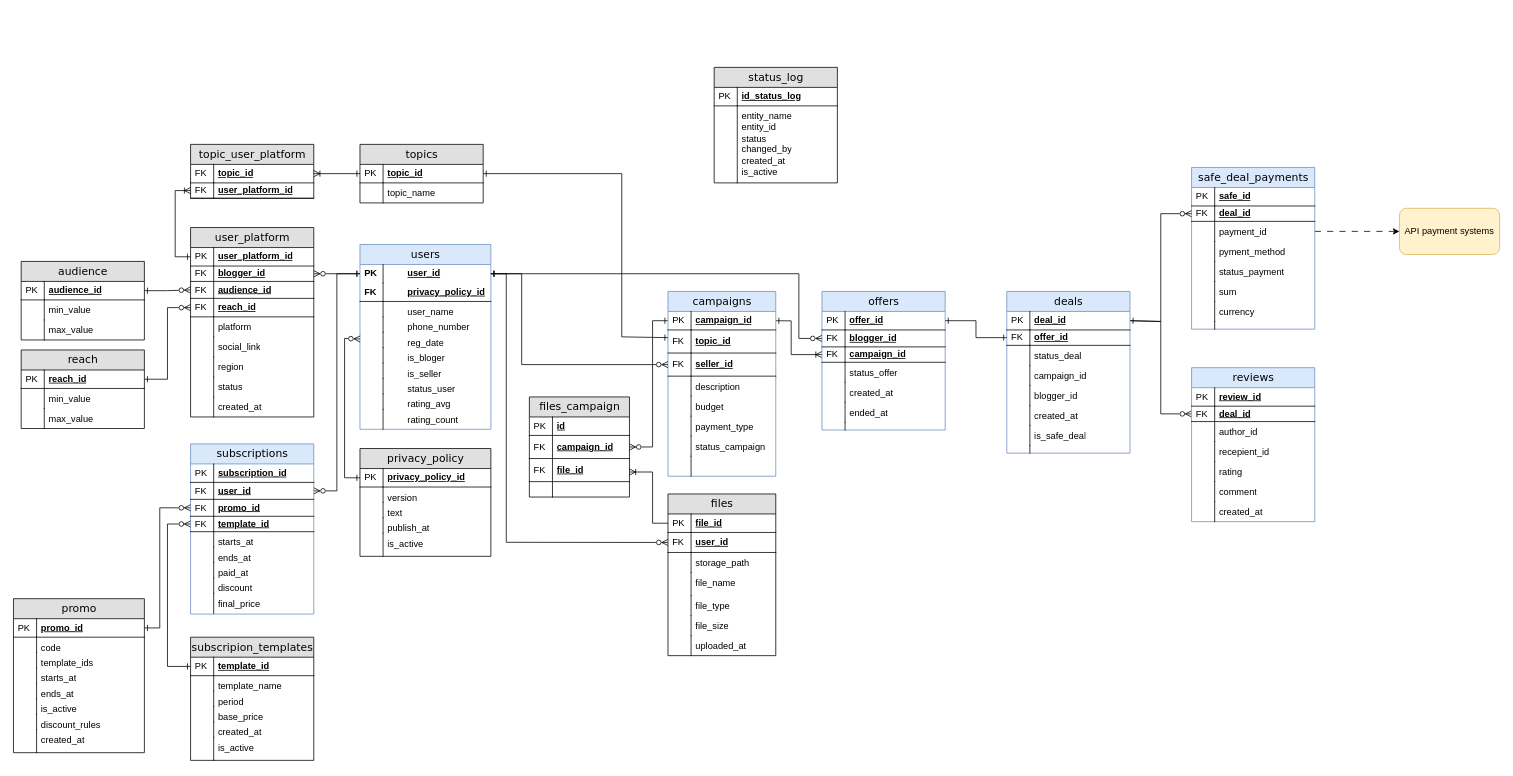
The draw.io diagram diagrams/erd.drawio.xml in NadezdaHope19/practice, before the edit. Source tidied: cells renumbered, new cells numbered last; positions are measured from the earlier drawing's top-left corner, leaving out a move shared by most shapes. Both pictures are drawn from the tidied source at 77%, with x=0, y=0 at pixel (13, 67).
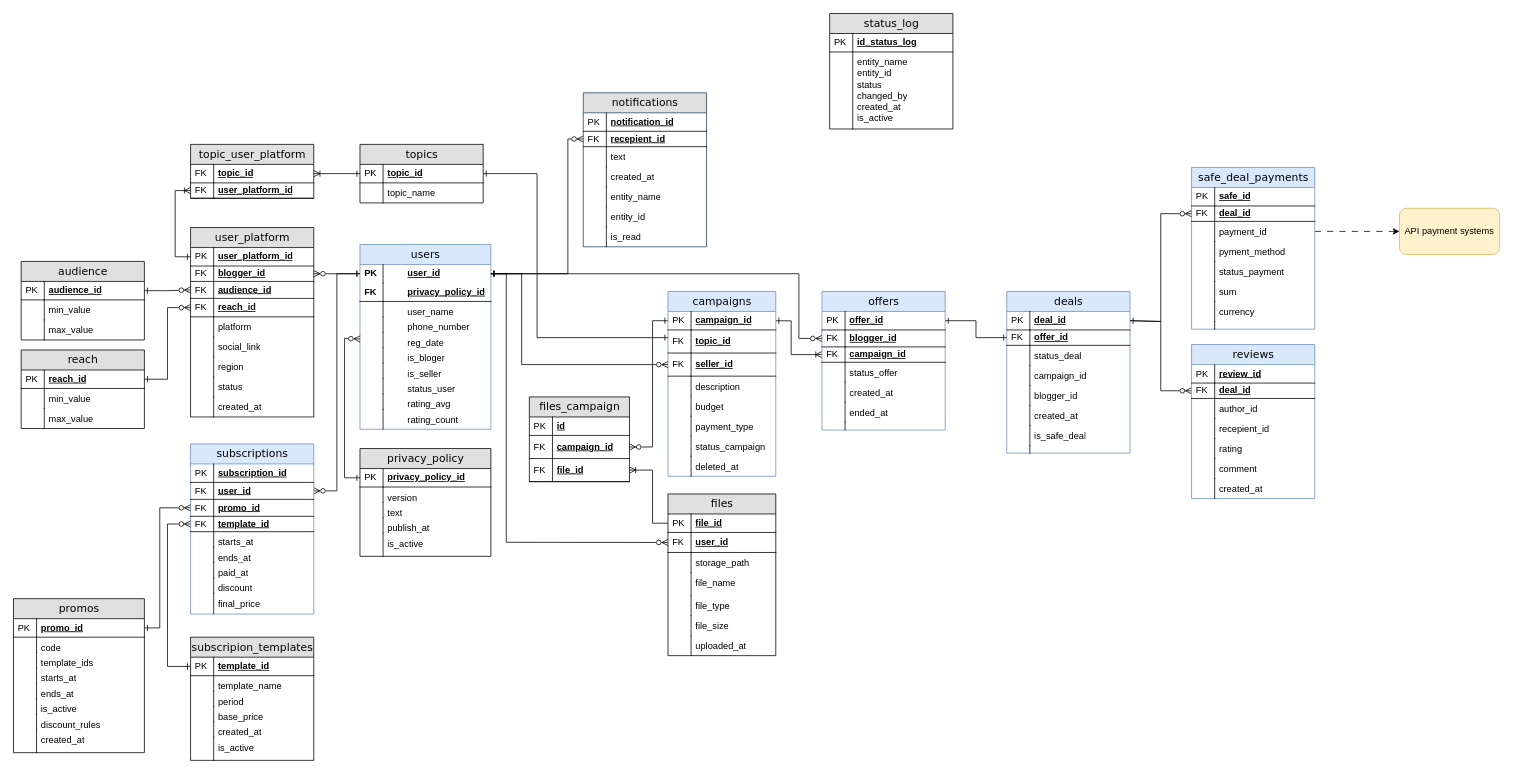
Above is the later version.

Unchanged cells that the change refers to:
```xml
<mxCell id="3" value="user_id" style="shape=partialRectangle;top=0;left=0;right=0;bottom=0;html=1;align=left;verticalAlign=middle;fillColor=none;spacingLeft=60;spacingRight=4;whiteSpace=wrap;overflow=hidden;points=[[0,0.5],[1,0.5]];portConstraint=eastwest;fontStyle=5;" parent="2" vertex="1">
  <mxGeometry y="26" width="170" height="24" as="geometry" />
</mxCell>
<mxCell id="25" value="campaigns" style="swimlane;html=1;fontStyle=0;horizontal=1;startSize=26;fillColor=#dae8fc;swimlaneFillColor=#ffffff;align=center;rounded=0;shadow=0;comic=0;labelBackgroundColor=none;strokeWidth=1;fontFamily=Verdana;fontSize=14;swimlaneLine=1;strokeColor=#6c8ebf;" parent="1" vertex="1">
  <mxGeometry x="850" y="291" width="140" height="240" as="geometry" />
</mxCell>
<mxCell id="97" value="topic_id" style="shape=partialRectangle;top=0;left=0;right=0;bottom=1;html=1;align=left;verticalAlign=middle;fillColor=none;spacingLeft=34;spacingRight=4;whiteSpace=wrap;overflow=hidden;points=[[0,0.5],[1,0.5]];portConstraint=eastwest;fontStyle=5;" parent="96" vertex="1">
  <mxGeometry y="26" width="160" height="24" as="geometry" />
</mxCell>
<mxCell id="160" value="&lt;div&gt;&lt;span style=&quot;background-color: transparent; color: light-dark(rgb(0, 0, 0), rgb(255, 255, 255));&quot;&gt;file_id&lt;/span&gt;&lt;/div&gt;" style="shape=partialRectangle;top=0;left=0;right=0;bottom=1;html=1;align=left;verticalAlign=middle;fillColor=none;spacingLeft=34;spacingRight=4;whiteSpace=wrap;overflow=hidden;points=[[0,0.5],[1,0.5]];portConstraint=eastwest;fontStyle=5;" parent="155" vertex="1">
  <mxGeometry y="80" width="130" height="30" as="geometry" />
</mxCell>
<mxCell id="186" value="file_id" style="shape=partialRectangle;top=0;left=0;right=0;bottom=1;html=1;align=left;verticalAlign=middle;fillColor=none;spacingLeft=34;spacingRight=4;whiteSpace=wrap;overflow=hidden;points=[[0,0.5],[1,0.5]];portConstraint=eastwest;fontStyle=5;" parent="185" vertex="1">
  <mxGeometry y="26" width="140" height="24" as="geometry" />
</mxCell>
<mxCell id="204" value="deal_id" style="shape=partialRectangle;top=0;left=0;right=0;bottom=1;html=1;align=left;verticalAlign=middle;fillColor=none;spacingLeft=34;spacingRight=4;whiteSpace=wrap;overflow=hidden;points=[[0,0.5],[1,0.5]];portConstraint=eastwest;fontStyle=5;" parent="203" vertex="1">
  <mxGeometry y="26" width="160" height="24" as="geometry" />
</mxCell>
<mxCell id="225" value="&lt;div&gt;&lt;span style=&quot;background-color: transparent; color: light-dark(rgb(0, 0, 0), rgb(255, 255, 255));&quot;&gt;deal_id&lt;/span&gt;&lt;/div&gt;" style="shape=partialRectangle;top=0;left=0;right=0;bottom=1;html=1;align=left;verticalAlign=middle;fillColor=none;spacingLeft=34;spacingRight=4;whiteSpace=wrap;overflow=hidden;points=[[0,0.5],[1,0.5]];portConstraint=eastwest;fontStyle=5;" parent="222" vertex="1">
  <mxGeometry y="50" width="160" height="20" as="geometry" />
</mxCell>
```

The edit, as a diff of the source:
```diff
@@
-    <mxCell id="40" style="shape=partialRectangle;top=0;left=0;right=0;bottom=0;html=1;align=left;verticalAlign=top;fillColor=none;spacingLeft=34;spacingRight=4;whiteSpace=wrap;overflow=hidden;" parent="25" vertex="1">
+    <mxCell id="40" value="deleted_at" style="shape=partialRectangle;top=0;left=0;right=0;bottom=0;html=1;align=left;verticalAlign=top;fillColor=none;spacingLeft=34;spacingRight=4;whiteSpace=wrap;overflow=hidden;" parent="25" vertex="1">
       <mxGeometry y="214" width="140" height="26" as="geometry" />
     </mxCell>
@@
     <mxCell id="150" value="status_log" style="swimlane;html=1;fontStyle=0;horizontal=1;startSize=26;fillColor=#e0e0e0;swimlaneFillColor=#ffffff;align=center;rounded=0;shadow=0;comic=0;labelBackgroundColor=none;strokeWidth=1;fontFamily=Verdana;fontSize=14;swimlaneLine=1;" parent="1" vertex="1">
-      <mxGeometry x="910" width="160" height="150" as="geometry" />
+      <mxGeometry x="1060" y="-70" width="160" height="150" as="geometry" />
     </mxCell>
@@
     <mxCell id="155" value="files_campaign" style="swimlane;html=1;fontStyle=0;horizontal=1;startSize=26;fillColor=#e0e0e0;swimlaneFillColor=#ffffff;align=center;rounded=0;shadow=0;comic=0;labelBackgroundColor=none;strokeWidth=1;fontFamily=Verdana;fontSize=14;swimlaneLine=1;" parent="1" vertex="1">
-      <mxGeometry x="670" y="428" width="130" height="130" as="geometry" />
+      <mxGeometry x="670" y="428" width="130" height="110" as="geometry" />
     </mxCell>
@@
-    <mxCell id="162" style="shape=partialRectangle;top=0;left=0;right=0;bottom=0;html=1;align=left;verticalAlign=top;fillColor=none;spacingLeft=34;spacingRight=4;whiteSpace=wrap;overflow=hidden;" parent="155" vertex="1">
-      <mxGeometry y="110" width="130" height="20" as="geometry" />
-    </mxCell>
-    <mxCell id="163" style="shape=partialRectangle;top=0;left=0;bottom=0;html=1;fillColor=none;align=left;verticalAlign=top;spacingLeft=4;spacingRight=4;whiteSpace=wrap;overflow=hidden;" parent="162" vertex="1">
-      <mxGeometry width="30" height="20" as="geometry" />
-    </mxCell>
-    <mxCell id="164" style="edgeStyle=none;rounded=0;jettySize=auto;html=1;endArrow=ERoneToMany;endFill=0;entryX=1;entryY=0.75;entryDx=0;entryDy=0;exitX=0;exitY=0.5;exitDx=0;exitDy=0;" parent="1" edge="1" source="186" target="155">
+    <mxCell id="164" style="edgeStyle=none;rounded=0;jettySize=auto;html=1;endArrow=ERoneToMany;endFill=0;entryX=1;entryY=0.5;entryDx=0;entryDy=0;exitX=0;exitY=0.5;exitDx=0;exitDy=0;" parent="1" edge="1" source="186" target="160">
       <mxGeometry relative="1" as="geometry">
         <Array as="points">
           <mxPoint x="830" y="592" />
-          <mxPoint x="830" y="525.5" />
+          <mxPoint x="830" y="523" />
         </Array>
       </mxGeometry>
     </mxCell>
@@
     <mxCell id="168" style="edgeStyle=none;rounded=0;jettySize=auto;html=1;exitX=0;exitY=0.25;exitDx=0;exitDy=0;entryX=1;entryY=0.5;entryDx=0;entryDy=0;endArrow=ERone;endFill=0;startArrow=ERone;startFill=0;" parent="1" edge="1" source="25" target="97">
       <mxGeometry relative="1" as="geometry">
         <Array as="points">
-          <mxPoint x="790" y="350" />
-          <mxPoint x="790" y="138" />
+          <mxPoint x="680" y="351" />
+          <mxPoint x="680" y="138" />
         </Array>
       </mxGeometry>
     </mxCell>
@@
     <mxCell id="202" style="edgeStyle=none;rounded=0;jettySize=auto;html=1;entryX=0;entryY=0.5;entryDx=0;entryDy=0;endArrow=ERzeroToMany;endFill=0;exitX=1;exitY=0.5;exitDx=0;exitDy=0;" parent="1" edge="1" source="204" target="225">
       <mxGeometry relative="1" as="geometry">
         <Array as="points">
           <mxPoint x="1490" y="330" />
-          <mxPoint x="1490" y="450" />
+          <mxPoint x="1490" y="420" />
         </Array>
       </mxGeometry>
     </mxCell>
@@
     <mxCell id="222" value="reviews" style="swimlane;html=1;fontStyle=0;horizontal=1;startSize=26;fillColor=#dae8fc;swimlaneFillColor=#ffffff;align=center;rounded=0;shadow=0;comic=0;labelBackgroundColor=none;strokeWidth=1;fontFamily=Verdana;fontSize=14;strokeColor=#6c8ebf;" parent="1" vertex="1">
-      <mxGeometry x="1530" y="390" width="160" height="200" as="geometry" />
+      <mxGeometry x="1530" y="360" width="160" height="200" as="geometry" />
     </mxCell>
@@
-    <mxCell id="239" value="promo" style="swimlane;html=1;fontStyle=0;horizontal=1;startSize=26;fillColor=#e0e0e0;swimlaneFillColor=#ffffff;align=center;rounded=0;shadow=0;comic=0;labelBackgroundColor=none;strokeWidth=1;fontFamily=Verdana;fontSize=14;swimlaneLine=1;" parent="1" vertex="1">
+    <mxCell id="239" value="promos" style="swimlane;html=1;fontStyle=0;horizontal=1;startSize=26;fillColor=#e0e0e0;swimlaneFillColor=#ffffff;align=center;rounded=0;shadow=0;comic=0;labelBackgroundColor=none;strokeWidth=1;fontFamily=Verdana;fontSize=14;swimlaneLine=1;" parent="1" vertex="1">
       <mxGeometry y="690" width="170" height="200" as="geometry" />
     </mxCell>
@@
+    <mxCell id="257" value="notifications" style="swimlane;html=1;fontStyle=0;horizontal=1;startSize=26;swimlaneFillColor=#ffffff;align=center;rounded=0;shadow=0;comic=0;labelBackgroundColor=none;strokeWidth=1;fontFamily=Verdana;fontSize=14;fillColor=light-dark(#e0e0e0, #39454e);strokeColor=#23445d;" parent="1" vertex="1">
+      <mxGeometry x="740" y="33" width="160" height="200" as="geometry" />
+    </mxCell>
+    <mxCell id="258" value="notification_id" style="shape=partialRectangle;top=0;left=0;right=0;bottom=1;html=1;align=left;verticalAlign=middle;fillColor=none;spacingLeft=34;spacingRight=4;whiteSpace=wrap;overflow=hidden;fontStyle=5;" parent="257" vertex="1">
+      <mxGeometry y="26" width="160" height="24" as="geometry" />
+    </mxCell>
+    <mxCell id="259" value="PK" style="shape=partialRectangle;top=0;left=0;bottom=0;html=1;fillColor=none;align=left;verticalAlign=middle;spacingLeft=4;spacingRight=4;whiteSpace=wrap;overflow=hidden;" parent="258" vertex="1">
+      <mxGeometry width="30" height="24" as="geometry" />
+    </mxCell>
+    <mxCell id="260" value="&lt;div&gt;&lt;span style=&quot;background-color: transparent; color: light-dark(rgb(0, 0, 0), rgb(255, 255, 255));&quot;&gt;recepient_id&lt;/span&gt;&lt;/div&gt;" style="shape=partialRectangle;top=0;left=0;right=0;bottom=1;html=1;align=left;verticalAlign=middle;fillColor=none;spacingLeft=34;spacingRight=4;whiteSpace=wrap;overflow=hidden;points=[[0,0.5],[1,0.5]];portConstraint=eastwest;fontStyle=5;" parent="257" vertex="1">
+      <mxGeometry y="50" width="160" height="20" as="geometry" />
+    </mxCell>
+    <mxCell id="261" value="&lt;div&gt;&lt;span style=&quot;background-color: transparent; color: light-dark(rgb(0, 0, 0), rgb(255, 255, 255));&quot;&gt;FK&lt;/span&gt;&lt;/div&gt;" style="shape=partialRectangle;top=0;left=0;bottom=0;html=1;fillColor=none;align=left;verticalAlign=middle;spacingLeft=4;spacingRight=4;whiteSpace=wrap;overflow=hidden;" parent="260" vertex="1">
+      <mxGeometry width="30" height="20" as="geometry" />
+    </mxCell>
+    <mxCell id="262" value="text" style="shape=partialRectangle;top=0;left=0;right=0;bottom=0;html=1;align=left;verticalAlign=top;fillColor=none;spacingLeft=34;spacingRight=4;whiteSpace=wrap;overflow=hidden;" parent="257" vertex="1">
+      <mxGeometry y="70" width="160" height="26" as="geometry" />
+    </mxCell>
+    <mxCell id="263" style="shape=partialRectangle;top=0;left=0;bottom=0;html=1;fillColor=none;align=left;verticalAlign=top;spacingLeft=4;spacingRight=4;whiteSpace=wrap;overflow=hidden;" parent="262" vertex="1">
+      <mxGeometry width="30" height="26" as="geometry" />
+    </mxCell>
+    <mxCell id="264" value="created_at" style="shape=partialRectangle;top=0;left=0;right=0;bottom=0;html=1;align=left;verticalAlign=top;fillColor=none;spacingLeft=34;spacingRight=4;whiteSpace=wrap;overflow=hidden;" parent="257" vertex="1">
+      <mxGeometry y="96" width="160" height="26" as="geometry" />
+    </mxCell>
+    <mxCell id="265" style="shape=partialRectangle;top=0;left=0;bottom=0;html=1;fillColor=none;align=left;verticalAlign=top;spacingLeft=4;spacingRight=4;whiteSpace=wrap;overflow=hidden;" parent="264" vertex="1">
+      <mxGeometry width="30" height="26" as="geometry" />
+    </mxCell>
+    <mxCell id="266" value="entity_name" style="shape=partialRectangle;top=0;left=0;right=0;bottom=0;html=1;align=left;verticalAlign=top;fillColor=none;spacingLeft=34;spacingRight=4;whiteSpace=wrap;overflow=hidden;" parent="257" vertex="1">
+      <mxGeometry y="122" width="160" height="26" as="geometry" />
+    </mxCell>
+    <mxCell id="267" style="shape=partialRectangle;top=0;left=0;bottom=0;html=1;fillColor=none;align=left;verticalAlign=top;spacingLeft=4;spacingRight=4;whiteSpace=wrap;overflow=hidden;" parent="266" vertex="1">
+      <mxGeometry width="30" height="26" as="geometry" />
+    </mxCell>
+    <mxCell id="268" value="entity_id" style="shape=partialRectangle;top=0;left=0;right=0;bottom=0;html=1;align=left;verticalAlign=top;fillColor=none;spacingLeft=34;spacingRight=4;whiteSpace=wrap;overflow=hidden;" parent="257" vertex="1">
+      <mxGeometry y="148" width="160" height="26" as="geometry" />
+    </mxCell>
+    <mxCell id="269" style="shape=partialRectangle;top=0;left=0;bottom=0;html=1;fillColor=none;align=left;verticalAlign=top;spacingLeft=4;spacingRight=4;whiteSpace=wrap;overflow=hidden;" parent="268" vertex="1">
+      <mxGeometry width="30" height="26" as="geometry" />
+    </mxCell>
+    <mxCell id="270" value="is_read" style="shape=partialRectangle;top=0;left=0;right=0;bottom=0;html=1;align=left;verticalAlign=top;fillColor=none;spacingLeft=34;spacingRight=4;whiteSpace=wrap;overflow=hidden;" parent="257" vertex="1">
+      <mxGeometry y="174" width="160" height="26" as="geometry" />
+    </mxCell>
+    <mxCell id="271" style="shape=partialRectangle;top=0;left=0;bottom=0;html=1;fillColor=none;align=left;verticalAlign=top;spacingLeft=4;spacingRight=4;whiteSpace=wrap;overflow=hidden;" parent="270" vertex="1">
+      <mxGeometry width="30" height="26" as="geometry" />
+    </mxCell>
+    <mxCell id="272" style="edgeStyle=none;rounded=0;jettySize=auto;html=1;exitX=0;exitY=0.5;exitDx=0;exitDy=0;entryX=1;entryY=0.5;entryDx=0;entryDy=0;endArrow=ERone;endFill=0;startArrow=ERzeroToMany;startFill=0;" parent="1" edge="1" source="260" target="3">
+      <mxGeometry relative="1" as="geometry">
+        <Array as="points">
+          <mxPoint x="720" y="93" />
+          <mxPoint x="720" y="268" />
+        </Array>
+      </mxGeometry>
+    </mxCell>
```
